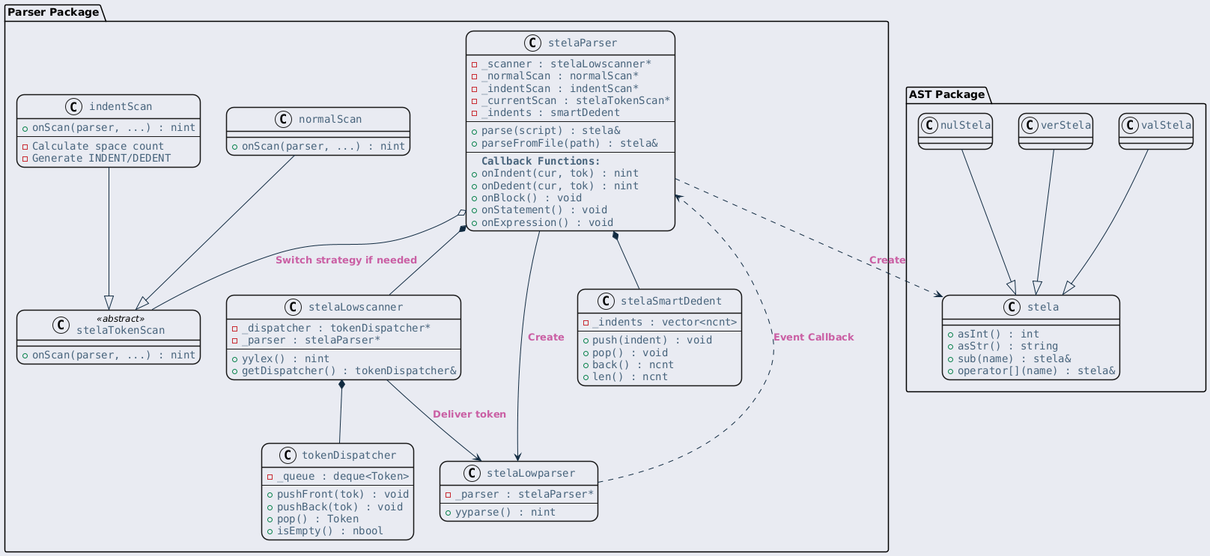
Before: ref/generated/ko/inline_umlgraph_15.png, a diagram exported from PlantUML (byeolang/website).
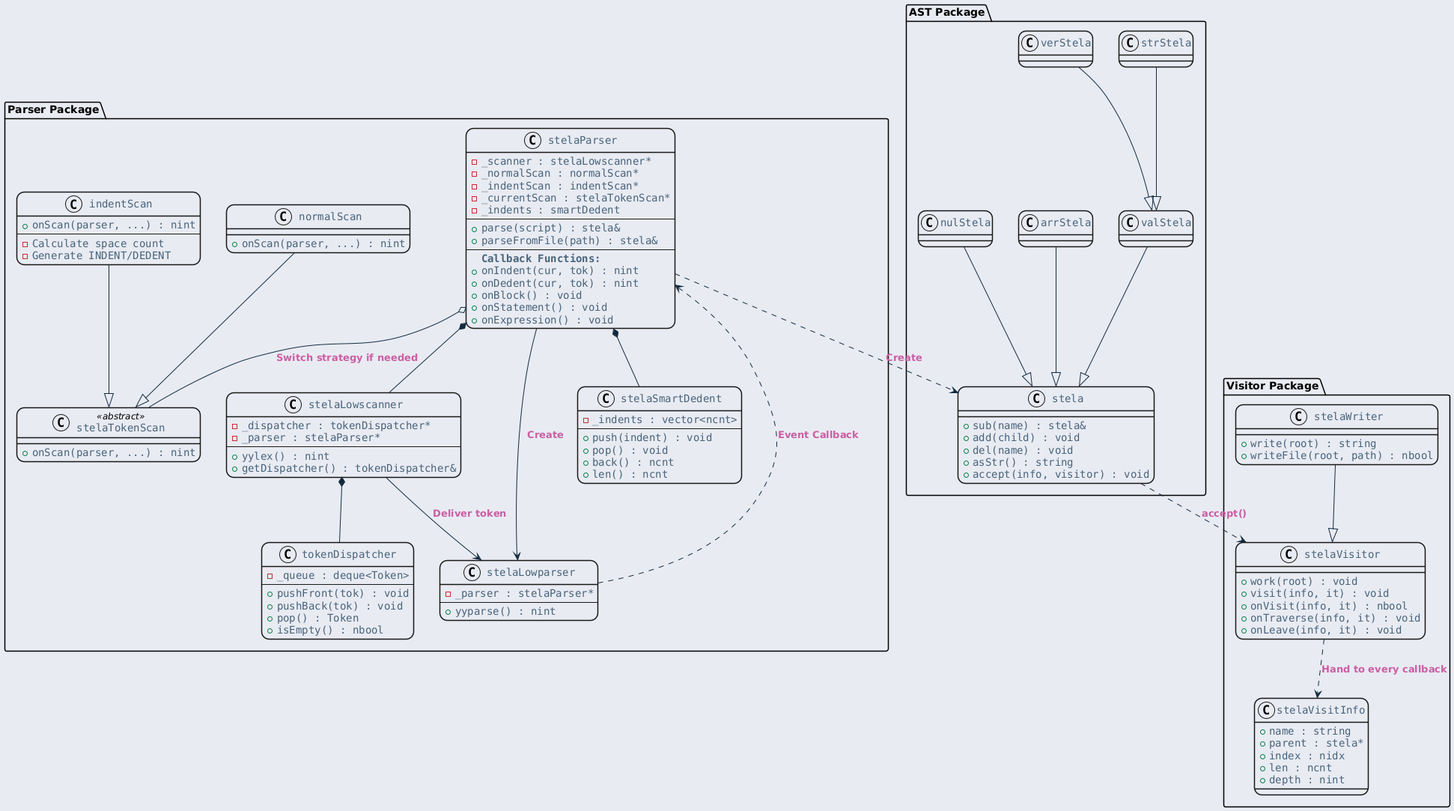
Later version of the same file.

The edit, as a diff of the source:
```diff
@@ -92,16 +92,46 @@
 
 package "AST Package" {
     class "stela" as stela {
-        + asInt() : int
+        + sub(name) : stela&
+        + add(child) : void
+        + del(name) : void
         + asStr() : string
-        + sub(name) : stela&
-        + operator[](name) : stela&
+        + accept(info, visitor) : void
     }
 
     class "valStela" as valStela
+    class "strStela" as strStela
     class "verStela" as verStela
+    class "arrStela" as arrStela
     class "nulStela" as nulStela
 }
+
+package "Visitor Package" {
+    class "stelaVisitor" as visitor {
+        + work(root) : void
+        + visit(info, it) : void
+        + onVisit(info, it) : nbool
+        + onTraverse(info, it) : void
+        + onLeave(info, it) : void
+    }
+
+    class "stelaWriter" as writer {
+        + write(root) : string
+        + writeFile(root, path) : nbool
+    }
+
+    class "stelaVisitInfo" as visitInfo {
+        + name : string
+        + parent : stela*
+        + index : nidx
+        + len : ncnt
+        + depth : nint
+    }
+}
+
+writer --|> visitor
+visitor ..> visitInfo : Hand to every callback
+stela ..> visitor : accept()
 
 stelaParser *-- scanner
 stelaParser *-- smartDedent
@@ -118,6 +148,8 @@
 stelaParser ..> stela : Create
 
 valStela --|> stela
-verStela --|> stela
+arrStela --|> stela
 nulStela --|> stela
+strStela --|> valStela
+verStela --|> valStela
 @enduml
```
